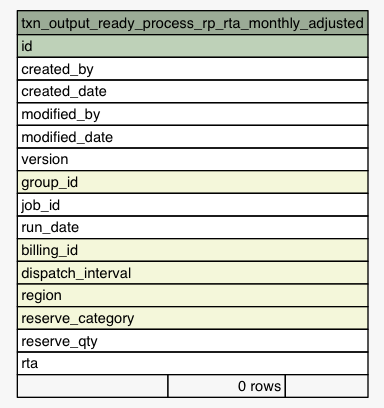
This is Data/settlement/diagrams/summary/txn_output_ready_process_rp_rta_monthly_adjusted.1degree.png from eyana-m/python-data-dictionary-writer, a Graphviz export, as it was before one commit. Its source is kept beside it as Data/settlement/diagrams/summary/txn_output_ready_process_rp_rta_monthly_adjusted.1degree.dot.
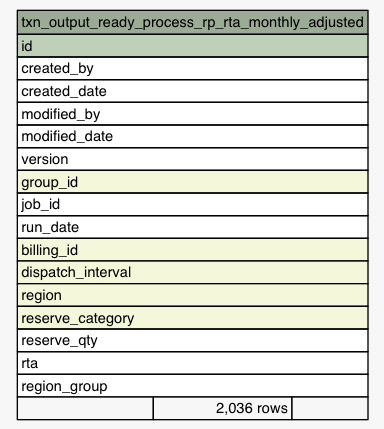
The same diagram one commit later.

The edit, as a diff of the source:
```diff
@@ -34,7 +34,8 @@
       <TR><TD PORT="reserve_category" COLSPAN="3" BGCOLOR="#f4f7da" ALIGN="LEFT">reserve_category</TD></TR>
       <TR><TD PORT="reserve_qty" COLSPAN="3" ALIGN="LEFT">reserve_qty</TD></TR>
       <TR><TD PORT="rta" COLSPAN="3" ALIGN="LEFT">rta</TD></TR>
-      <TR><TD ALIGN="LEFT" BGCOLOR="#f7f7f7">  </TD><TD ALIGN="RIGHT" BGCOLOR="#f7f7f7">0 rows</TD><TD ALIGN="RIGHT" BGCOLOR="#f7f7f7">  </TD></TR>
+      <TR><TD PORT="region_group" COLSPAN="3" ALIGN="LEFT">region_group</TD></TR>
+      <TR><TD ALIGN="LEFT" BGCOLOR="#f7f7f7">  </TD><TD ALIGN="RIGHT" BGCOLOR="#f7f7f7">2,036 rows</TD><TD ALIGN="RIGHT" BGCOLOR="#f7f7f7">  </TD></TR>
     </TABLE>>
     URL="tables/txn_output_ready_process_rp_rta_monthly_adjusted.html"
     tooltip="txn_output_ready_process_rp_rta_monthly_adjusted"
```
